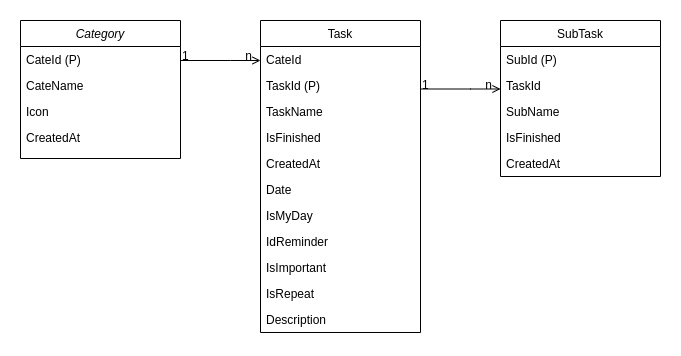
quangsang1998/design keeps this draw.io diagram as docs/database-diagram.png. Above is the earlier version. Source tidied: cells renumbered, new cells last; positions are measured from the earlier drawing's top-left corner, leaving out a move shared by most shapes.
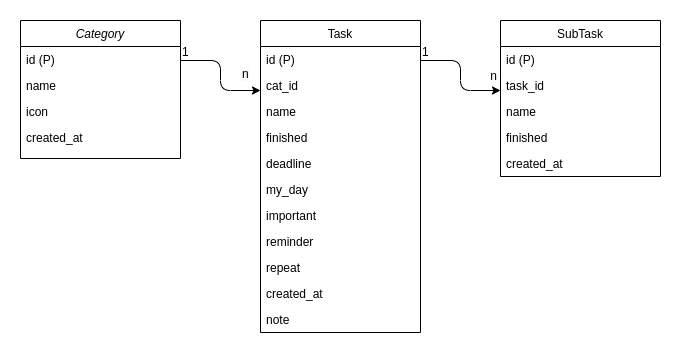
After the commit.

What changed in the source:
```diff
@@ -5,109 +5,105 @@
     <mxCell id="2" value="Category" style="swimlane;fontStyle=2;align=center;verticalAlign=top;horizontal=1;startSize=26;rounded=0;shadow=0;strokeWidth=1;" parent="1" vertex="1">
       <mxGeometry width="160" height="138" as="geometry" />
     </mxCell>
-    <mxCell id="3" value="CateId (P)" style="text;align=left;verticalAlign=top;spacingLeft=4;spacingRight=4;overflow=hidden;" parent="2" vertex="1">
+    <mxCell id="3" value="id (P)" style="text;align=left;verticalAlign=top;spacingLeft=4;spacingRight=4;overflow=hidden;" parent="2" vertex="1">
       <mxGeometry y="26" width="160" height="26" as="geometry" />
     </mxCell>
-    <mxCell id="4" value="CateName" style="text;align=left;verticalAlign=top;spacingLeft=4;spacingRight=4;overflow=hidden;rounded=0;shadow=0;html=0;" parent="2" vertex="1">
+    <mxCell id="4" value="name" style="text;align=left;verticalAlign=top;spacingLeft=4;spacingRight=4;overflow=hidden;rounded=0;shadow=0;html=0;" parent="2" vertex="1">
       <mxGeometry y="52" width="160" height="26" as="geometry" />
     </mxCell>
-    <mxCell id="5" value="Icon" style="text;align=left;verticalAlign=top;spacingLeft=4;spacingRight=4;overflow=hidden;rounded=0;shadow=0;html=0;" parent="2" vertex="1">
+    <mxCell id="5" value="icon" style="text;align=left;verticalAlign=top;spacingLeft=4;spacingRight=4;overflow=hidden;rounded=0;shadow=0;html=0;" parent="2" vertex="1">
       <mxGeometry y="78" width="160" height="26" as="geometry" />
     </mxCell>
-    <mxCell id="6" value="CreatedAt" style="text;align=left;verticalAlign=top;spacingLeft=4;spacingRight=4;overflow=hidden;" parent="2" vertex="1">
+    <mxCell id="6" value="created_at" style="text;align=left;verticalAlign=top;spacingLeft=4;spacingRight=4;overflow=hidden;" parent="2" vertex="1">
       <mxGeometry y="104" width="160" height="26" as="geometry" />
     </mxCell>
     <mxCell id="7" value="SubTask" style="swimlane;fontStyle=0;align=center;verticalAlign=top;horizontal=1;startSize=26;rounded=0;shadow=0;strokeWidth=1;" parent="1" vertex="1">
       <mxGeometry x="480" width="160" height="156" as="geometry" />
     </mxCell>
-    <mxCell id="8" value="SubId (P)" style="text;align=left;verticalAlign=top;spacingLeft=4;spacingRight=4;overflow=hidden;" parent="7" vertex="1">
+    <mxCell id="8" value="id (P)" style="text;align=left;verticalAlign=top;spacingLeft=4;spacingRight=4;overflow=hidden;" parent="7" vertex="1">
       <mxGeometry y="26" width="160" height="26" as="geometry" />
     </mxCell>
-    <mxCell id="9" value="TaskId" style="text;align=left;verticalAlign=top;spacingLeft=4;spacingRight=4;overflow=hidden;rounded=0;shadow=0;html=0;" parent="7" vertex="1">
+    <mxCell id="9" value="task_id" style="text;align=left;verticalAlign=top;spacingLeft=4;spacingRight=4;overflow=hidden;rounded=0;shadow=0;html=0;" parent="7" vertex="1">
       <mxGeometry y="52" width="160" height="26" as="geometry" />
     </mxCell>
-    <mxCell id="10" value="SubName" style="text;align=left;verticalAlign=top;spacingLeft=4;spacingRight=4;overflow=hidden;fontStyle=0;" parent="7" vertex="1">
+    <mxCell id="10" value="name" style="text;align=left;verticalAlign=top;spacingLeft=4;spacingRight=4;overflow=hidden;fontStyle=0;" parent="7" vertex="1">
       <mxGeometry y="78" width="160" height="26" as="geometry" />
     </mxCell>
-    <mxCell id="11" value="IsFinished" style="text;align=left;verticalAlign=top;spacingLeft=4;spacingRight=4;overflow=hidden;" parent="7" vertex="1">
+    <mxCell id="11" value="finished" style="text;align=left;verticalAlign=top;spacingLeft=4;spacingRight=4;overflow=hidden;" parent="7" vertex="1">
       <mxGeometry y="104" width="160" height="26" as="geometry" />
     </mxCell>
-    <mxCell id="12" value="CreatedAt" style="text;align=left;verticalAlign=top;spacingLeft=4;spacingRight=4;overflow=hidden;" parent="7" vertex="1">
+    <mxCell id="12" value="created_at" style="text;align=left;verticalAlign=top;spacingLeft=4;spacingRight=4;overflow=hidden;" parent="7" vertex="1">
       <mxGeometry y="130" width="160" height="26" as="geometry" />
     </mxCell>
     <mxCell id="13" value="Task" style="swimlane;fontStyle=0;align=center;verticalAlign=top;horizontal=1;startSize=26;rounded=0;shadow=0;strokeWidth=1;" parent="1" vertex="1">
       <mxGeometry x="240" width="160" height="312" as="geometry" />
     </mxCell>
-    <mxCell id="14" value="CateId" style="text;align=left;verticalAlign=top;spacingLeft=4;spacingRight=4;overflow=hidden;" parent="13" vertex="1">
+    <mxCell id="14" value="id (P)" style="text;align=left;verticalAlign=top;spacingLeft=4;spacingRight=4;overflow=hidden;" parent="13" vertex="1">
       <mxGeometry y="26" width="160" height="26" as="geometry" />
     </mxCell>
-    <mxCell id="15" value="TaskId (P)" style="text;align=left;verticalAlign=top;spacingLeft=4;spacingRight=4;overflow=hidden;rounded=0;shadow=0;html=0;" parent="13" vertex="1">
+    <mxCell id="15" value="cat_id" style="text;align=left;verticalAlign=top;spacingLeft=4;spacingRight=4;overflow=hidden;rounded=0;shadow=0;html=0;" parent="13" vertex="1">
       <mxGeometry y="52" width="160" height="26" as="geometry" />
     </mxCell>
-    <mxCell id="16" value="TaskName" style="text;align=left;verticalAlign=top;spacingLeft=4;spacingRight=4;overflow=hidden;rounded=0;shadow=0;html=0;" parent="13" vertex="1">
+    <mxCell id="16" value="name" style="text;align=left;verticalAlign=top;spacingLeft=4;spacingRight=4;overflow=hidden;rounded=0;shadow=0;html=0;" parent="13" vertex="1">
       <mxGeometry y="78" width="160" height="26" as="geometry" />
     </mxCell>
-    <mxCell id="17" value="IsFinished" style="text;align=left;verticalAlign=top;spacingLeft=4;spacingRight=4;overflow=hidden;rounded=0;shadow=0;html=0;" parent="13" vertex="1">
+    <mxCell id="17" value="finished" style="text;align=left;verticalAlign=top;spacingLeft=4;spacingRight=4;overflow=hidden;rounded=0;shadow=0;html=0;" parent="13" vertex="1">
       <mxGeometry y="104" width="160" height="26" as="geometry" />
     </mxCell>
-    <mxCell id="18" value="CreatedAt" style="text;align=left;verticalAlign=top;spacingLeft=4;spacingRight=4;overflow=hidden;rounded=0;shadow=0;html=0;" parent="13" vertex="1">
+    <mxCell id="18" value="deadline" style="text;align=left;verticalAlign=top;spacingLeft=4;spacingRight=4;overflow=hidden;rounded=0;shadow=0;html=0;" parent="13" vertex="1">
       <mxGeometry y="130" width="160" height="26" as="geometry" />
     </mxCell>
-    <mxCell id="19" value="Date" style="text;align=left;verticalAlign=top;spacingLeft=4;spacingRight=4;overflow=hidden;rounded=0;shadow=0;html=0;" parent="13" vertex="1">
+    <mxCell id="19" value="my_day" style="text;align=left;verticalAlign=top;spacingLeft=4;spacingRight=4;overflow=hidden;rounded=0;shadow=0;html=0;" parent="13" vertex="1">
       <mxGeometry y="156" width="160" height="26" as="geometry" />
     </mxCell>
-    <mxCell id="20" value="IsMyDay" style="text;align=left;verticalAlign=top;spacingLeft=4;spacingRight=4;overflow=hidden;" parent="13" vertex="1">
+    <mxCell id="20" value="important" style="text;align=left;verticalAlign=top;spacingLeft=4;spacingRight=4;overflow=hidden;" parent="13" vertex="1">
       <mxGeometry y="182" width="160" height="26" as="geometry" />
     </mxCell>
-    <mxCell id="21" value="IdReminder" style="text;align=left;verticalAlign=top;spacingLeft=4;spacingRight=4;overflow=hidden;" parent="13" vertex="1">
+    <mxCell id="21" value="reminder" style="text;align=left;verticalAlign=top;spacingLeft=4;spacingRight=4;overflow=hidden;" parent="13" vertex="1">
       <mxGeometry y="208" width="160" height="26" as="geometry" />
     </mxCell>
-    <mxCell id="22" value="IsImportant" style="text;align=left;verticalAlign=top;spacingLeft=4;spacingRight=4;overflow=hidden;" parent="13" vertex="1">
+    <mxCell id="22" value="repeat" style="text;align=left;verticalAlign=top;spacingLeft=4;spacingRight=4;overflow=hidden;" parent="13" vertex="1">
       <mxGeometry y="234" width="160" height="26" as="geometry" />
     </mxCell>
-    <mxCell id="23" value="IsRepeat" style="text;align=left;verticalAlign=top;spacingLeft=4;spacingRight=4;overflow=hidden;" parent="13" vertex="1">
+    <mxCell id="23" value="created_at" style="text;align=left;verticalAlign=top;spacingLeft=4;spacingRight=4;overflow=hidden;" parent="13" vertex="1">
       <mxGeometry y="260" width="160" height="26" as="geometry" />
     </mxCell>
-    <mxCell id="24" value="Description" style="text;align=left;verticalAlign=top;spacingLeft=4;spacingRight=4;overflow=hidden;" parent="13" vertex="1">
+    <mxCell id="24" value="note" style="text;align=left;verticalAlign=top;spacingLeft=4;spacingRight=4;overflow=hidden;" parent="13" vertex="1">
       <mxGeometry y="286" width="160" height="26" as="geometry" />
     </mxCell>
-    <mxCell id="25" style="endArrow=open;shadow=0;strokeWidth=1;rounded=0;endFill=1;edgeStyle=elbowEdgeStyle;elbow=vertical;" parent="1" edge="1" source="2" target="13">
-      <mxGeometry x="0.5" y="41" relative="1" as="geometry">
-        <Array as="points">
-          <mxPoint x="210" y="40" />
-        </Array>
-        <mxPoint x="-40" y="32" as="offset" />
-      </mxGeometry>
-    </mxCell>
-    <mxCell id="26" value="1" style="align=left;verticalAlign=bottom;labelBackgroundColor=none;fontSize=12;" parent="25" vertex="1">
-      <mxGeometry x="-1" relative="1" as="geometry">
-        <mxPoint y="4" as="offset" />
-      </mxGeometry>
-    </mxCell>
-    <mxCell id="27" value="n" style="align=right;verticalAlign=bottom;labelBackgroundColor=none;fontSize=12;" parent="25" vertex="1">
-      <mxGeometry x="1" relative="1" as="geometry">
-        <mxPoint x="-7" y="4" as="offset" />
-      </mxGeometry>
-    </mxCell>
-    <mxCell id="28" style="endArrow=open;shadow=0;strokeWidth=1;rounded=0;endFill=1;edgeStyle=elbowEdgeStyle;elbow=vertical;" parent="1" edge="1">
-      <mxGeometry x="0.5" y="41" relative="1" as="geometry">
-        <mxPoint x="400" y="68.5" as="sourcePoint" />
-        <mxPoint x="480" y="68.5" as="targetPoint" />
-        <Array as="points">
-          <mxPoint x="450" y="68.5" />
-        </Array>
-        <mxPoint x="-40" y="32" as="offset" />
-      </mxGeometry>
-    </mxCell>
-    <mxCell id="29" value="1" style="align=left;verticalAlign=bottom;labelBackgroundColor=none;fontSize=12;" parent="28" vertex="1">
-      <mxGeometry x="-1" relative="1" as="geometry">
-        <mxPoint y="4" as="offset" />
-      </mxGeometry>
-    </mxCell>
-    <mxCell id="30" value="n" style="align=right;verticalAlign=bottom;labelBackgroundColor=none;fontSize=12;" parent="28" vertex="1">
-      <mxGeometry x="1" relative="1" as="geometry">
-        <mxPoint x="-7" y="4" as="offset" />
-      </mxGeometry>
-    </mxCell>
+    <mxCell id="31" style="endArrow=classic;html=1;" parent="1" edge="1">
+      <mxGeometry relative="1" as="geometry">
+        <mxPoint x="160" y="40" as="sourcePoint" />
+        <mxPoint x="240" y="70" as="targetPoint" />
+        <Array as="points">
+          <mxPoint x="200" y="40" />
+          <mxPoint x="200" y="70" />
+        </Array>
+      </mxGeometry>
+    </mxCell>
+    <mxCell id="32" style="endArrow=classic;html=1;" parent="1" edge="1">
+      <mxGeometry relative="1" as="geometry">
+        <mxPoint x="400" y="40" as="sourcePoint" />
+        <mxPoint x="480" y="70" as="targetPoint" />
+        <Array as="points">
+          <mxPoint x="440" y="40" />
+          <mxPoint x="440" y="70" />
+        </Array>
+      </mxGeometry>
+    </mxCell>
+    <mxCell id="33" value="1" style="align=left;verticalAlign=bottom;labelBackgroundColor=none;fontSize=12;" parent="1" vertex="1">
+      <mxGeometry x="400" y="40" as="geometry" />
+    </mxCell>
+    <mxCell id="34" value="n" style="align=right;verticalAlign=bottom;labelBackgroundColor=none;fontSize=12;" parent="1" vertex="1">
+      <mxGeometry x="563" y="454" as="geometry">
+        <mxPoint x="-85" y="-390" as="offset" />
+      </mxGeometry>
+    </mxCell>
+    <mxCell id="35" value="&lt;meta charset=&quot;utf-8&quot;&gt;&lt;span style=&quot;color: rgb(0, 0, 0); font-family: helvetica; font-size: 12px; font-style: normal; font-weight: 400; letter-spacing: normal; text-align: right; text-indent: 0px; text-transform: none; word-spacing: 0px; background-color: rgb(248, 249, 250); display: inline; float: none;&quot;&gt;n&lt;/span&gt;" style="text;whiteSpace=wrap;html=1;" parent="1" vertex="1">
+      <mxGeometry x="220" y="40" width="30" height="30" as="geometry" />
+    </mxCell>
+    <mxCell id="36" value="1" style="align=left;verticalAlign=bottom;labelBackgroundColor=none;fontSize=12;" parent="1" vertex="1">
+      <mxGeometry x="160" y="40" as="geometry" />
+    </mxCell>
   </root>
 </mxGraphModel>
```
